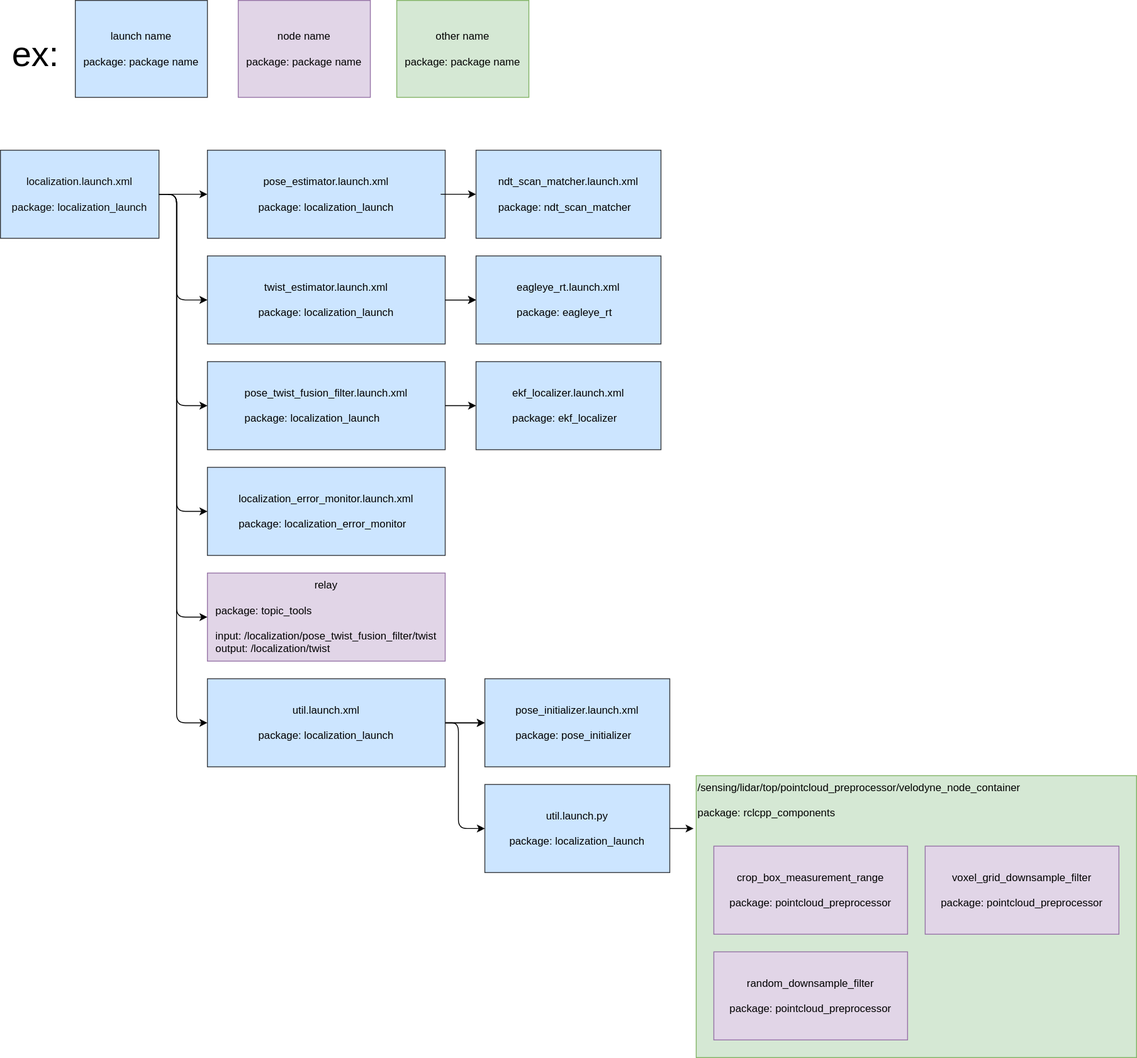
Earlier version of the draw.io export launch/map4_localization_launch/eagleye_twist_localization_launch/localization_launch.drawio.svg (autowarefoundation/autoware.universe). Source tidied: cells renumbered, new cells last; positions are measured from the earlier drawing's top-left corner, leaving out a move shared by most shapes.
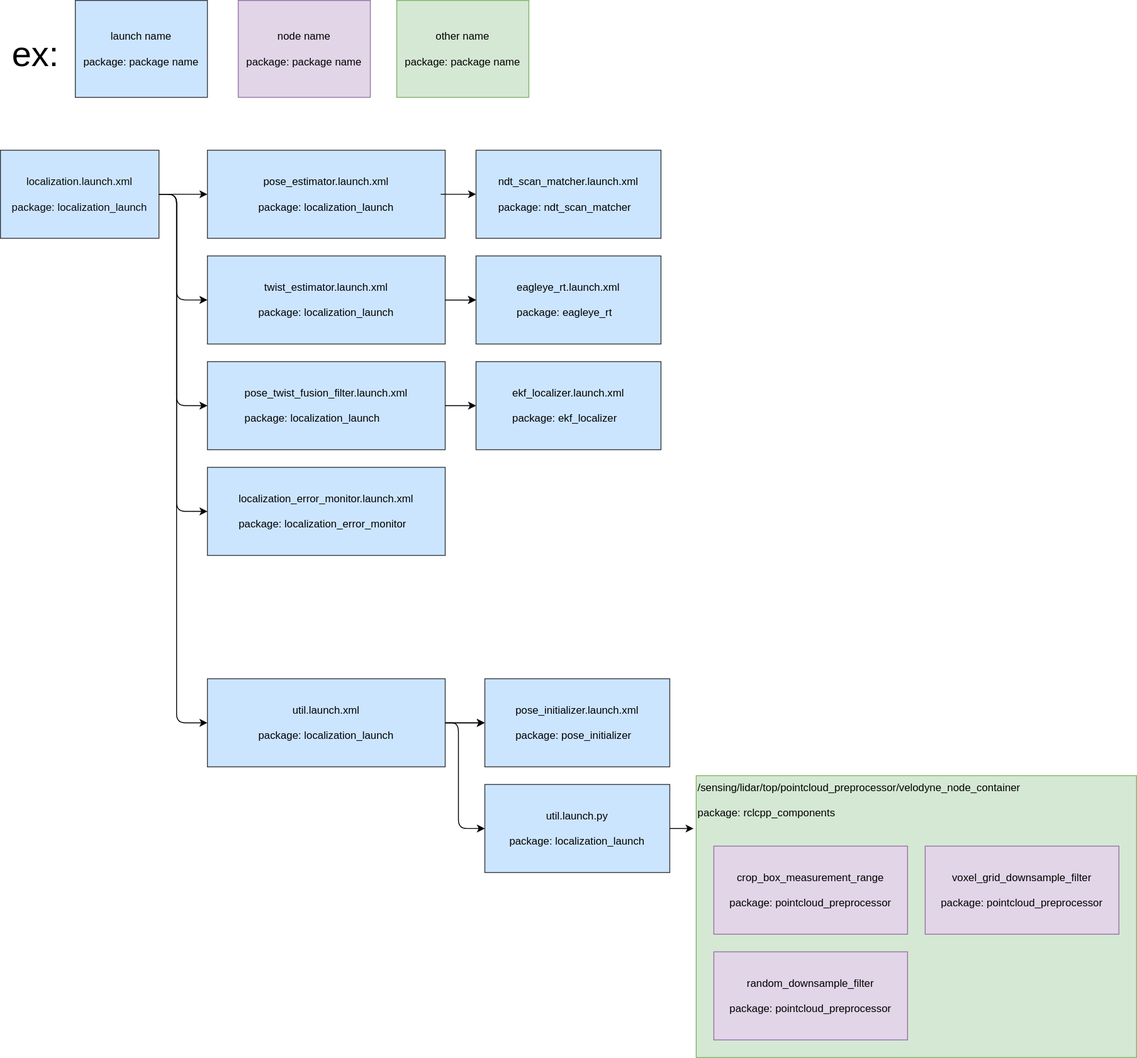
The same diagram one commit later.

Diff of the diagram source:
```diff
@@ -89,17 +89,6 @@
         </Array>
       </mxGeometry>
     </mxCell>
-    <mxCell id="22" value="relay&lt;br&gt;&lt;br&gt;&lt;div style=&quot;text-align: left&quot;&gt;&lt;span&gt;package: topic_tools&lt;/span&gt;&lt;/div&gt;&lt;div style=&quot;text-align: left&quot;&gt;&lt;span&gt;&lt;br&gt;&lt;/span&gt;&lt;/div&gt;&lt;div style=&quot;text-align: left&quot;&gt;&lt;span&gt;input: /localization/pose_twist_fusion_filter/twist&lt;/span&gt;&lt;/div&gt;&lt;div style=&quot;text-align: left&quot;&gt;&lt;span&gt;output: /localization/twist&lt;/span&gt;&lt;/div&gt;" style="rounded=0;whiteSpace=wrap;html=1;fillColor=#e1d5e7;strokeColor=#9673a6;fontColor=#000000;" parent="1" vertex="1">
-      <mxGeometry x="235" y="650" width="270" height="100" as="geometry" />
-    </mxCell>
-    <mxCell id="23" style="endArrow=classic;html=1;exitX=1;exitY=0.5;exitDx=0;exitDy=0;entryX=0;entryY=0.5;entryDx=0;entryDy=0;" parent="1" edge="1" source="3" target="22">
-      <mxGeometry relative="1" as="geometry">
-        <Array as="points">
-          <mxPoint x="200" y="220" />
-          <mxPoint x="200" y="700" />
-        </Array>
-      </mxGeometry>
-    </mxCell>
     <mxCell id="24" value="ndt_scan_matcher.launch.xml&lt;br&gt;&lt;br&gt;&lt;div style=&quot;text-align: left&quot;&gt;&lt;span&gt;package: ndt_scan_matcher&lt;/span&gt;&lt;/div&gt;" style="rounded=0;whiteSpace=wrap;html=1;fillColor=#cce5ff;strokeColor=#36393d;fontColor=#000000;" parent="1" vertex="1">
       <mxGeometry x="540" y="170" width="210" height="100" as="geometry" />
     </mxCell>
```
